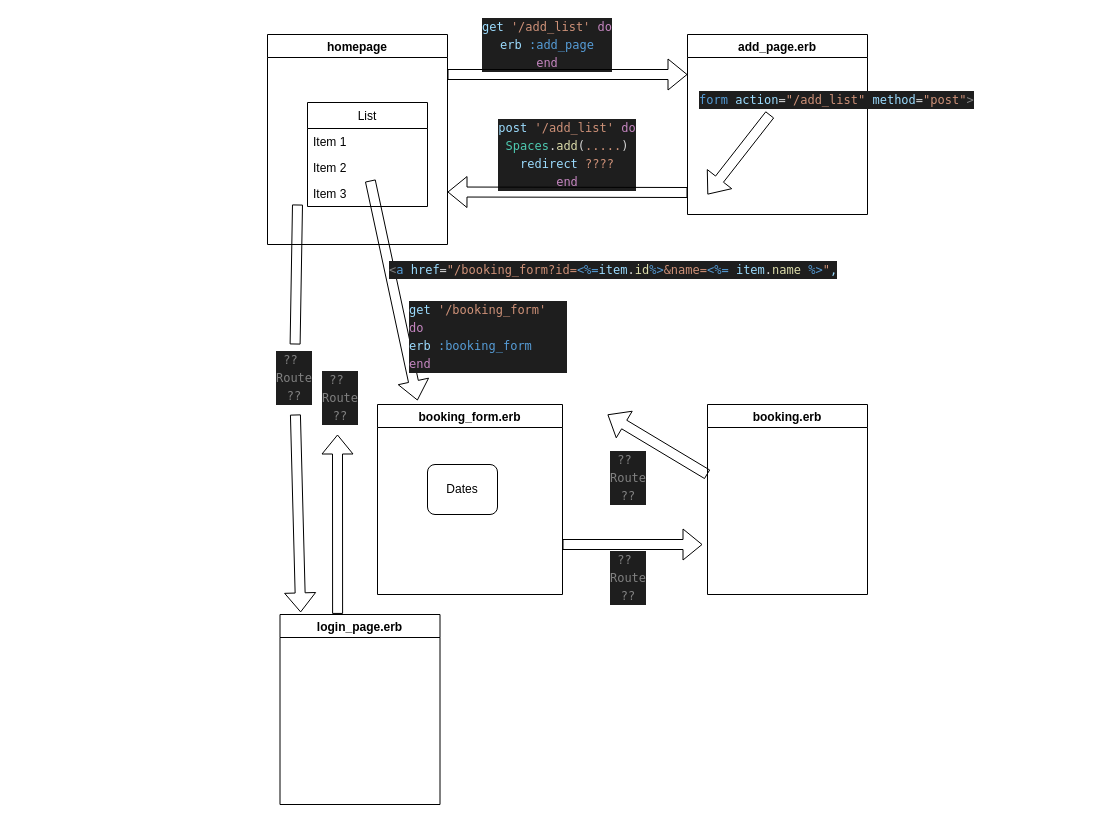
Above: lib/routes.drawio in antlerhead/Makersbnb (draw.io), before the change. Source tidied: cells renumbered, new cells numbered last; positions are measured from the earlier drawing's top-left corner, leaving out a move shared by most shapes. Both pictures are drawn from the tidied source at 100%, with x=0, y=0 at pixel (267, 34).
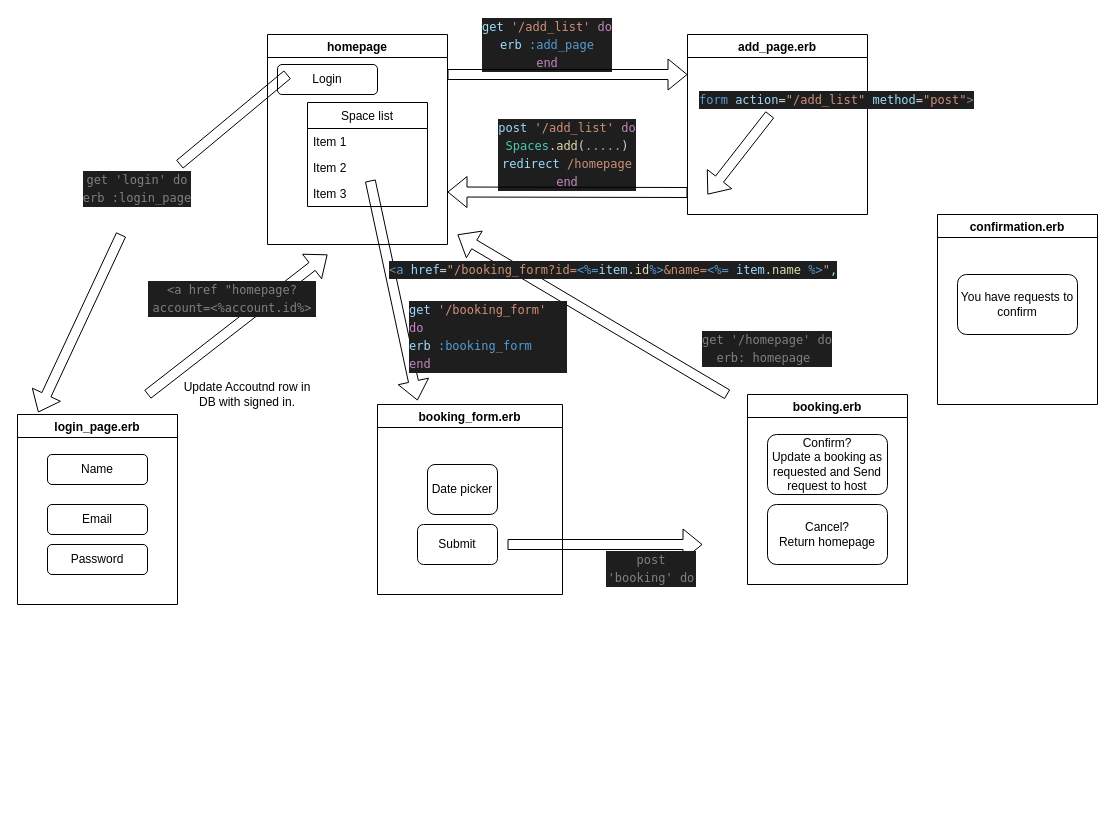
The same page after the edit.

Commit message:
Updated route drawing

The change refers to these unchanged cells:
```xml
<mxCell id="4" value="homepage" style="swimlane;" parent="1" vertex="1">
  <mxGeometry width="180" height="210" as="geometry" />
</mxCell>
<mxCell id="12" value="booking_form.erb" style="swimlane;" parent="1" vertex="1">
  <mxGeometry x="110" y="370" width="185" height="190" as="geometry" />
</mxCell>
```

Diff of the diagram source:
```diff
@@
+    <mxCell id="27" style="shape=flexArrow;endArrow=classic;html=1;" parent="1" edge="1">
+      <mxGeometry relative="1" as="geometry">
+        <mxPoint x="460" y="360" as="sourcePoint" />
+        <mxPoint x="190" y="200" as="targetPoint" />
+      </mxGeometry>
+    </mxCell>
-    <mxCell id="2" value="&lt;div style=&quot;background-color: rgb(30 , 30 , 30) ; font-family: &amp;#34;menlo&amp;#34; , &amp;#34;monaco&amp;#34; , &amp;#34;courier new&amp;#34; , monospace ; line-height: 18px&quot;&gt;&lt;div style=&quot;font-family: &amp;#34;menlo&amp;#34; , &amp;#34;monaco&amp;#34; , &amp;#34;courier new&amp;#34; , monospace ; line-height: 18px&quot;&gt;&lt;div style=&quot;color: rgb(212 , 212 , 212)&quot;&gt;  &lt;span style=&quot;color: #9cdcfe&quot;&gt;post&lt;/span&gt; &lt;span style=&quot;color: #ce9178&quot;&gt;'/add_list'&lt;/span&gt; &lt;span style=&quot;color: #c586c0&quot;&gt;do&lt;/span&gt;&lt;/div&gt;&lt;div&gt;    &lt;span style=&quot;color: rgb(78 , 201 , 176)&quot;&gt;Spaces&lt;/span&gt;&lt;font color=&quot;#d4d4d4&quot;&gt;.&lt;/font&gt;&lt;span style=&quot;color: rgb(220 , 220 , 170)&quot;&gt;add&lt;/span&gt;&lt;font color=&quot;#d4d4d4&quot;&gt;(&lt;/font&gt;&lt;font color=&quot;#ce9178&quot;&gt;.....&lt;/font&gt;&lt;font color=&quot;#d4d4d4&quot;&gt;)&lt;/font&gt;&lt;/div&gt;&lt;div style=&quot;color: rgb(212 , 212 , 212)&quot;&gt;    &lt;span style=&quot;color: #9cdcfe&quot;&gt;redirect&lt;/span&gt; &lt;span style=&quot;color: #ce9178&quot;&gt;????&lt;/span&gt;&lt;/div&gt;&lt;div style=&quot;color: rgb(212 , 212 , 212)&quot;&gt;  &lt;span style=&quot;color: #c586c0&quot;&gt;end&lt;/span&gt;&lt;/div&gt;&lt;/div&gt;&lt;/div&gt;" style="text;html=1;strokeColor=none;fillColor=none;align=center;verticalAlign=middle;whiteSpace=wrap;rounded=0;" parent="1" vertex="1">
+    <mxCell id="2" value="&lt;div style=&quot;background-color: rgb(30 , 30 , 30) ; font-family: &amp;#34;menlo&amp;#34; , &amp;#34;monaco&amp;#34; , &amp;#34;courier new&amp;#34; , monospace ; line-height: 18px&quot;&gt;&lt;div style=&quot;font-family: &amp;#34;menlo&amp;#34; , &amp;#34;monaco&amp;#34; , &amp;#34;courier new&amp;#34; , monospace ; line-height: 18px&quot;&gt;&lt;div style=&quot;color: rgb(212 , 212 , 212)&quot;&gt;  &lt;span style=&quot;color: #9cdcfe&quot;&gt;post&lt;/span&gt; &lt;span style=&quot;color: #ce9178&quot;&gt;'/add_list'&lt;/span&gt; &lt;span style=&quot;color: #c586c0&quot;&gt;do&lt;/span&gt;&lt;/div&gt;&lt;div&gt;    &lt;span style=&quot;color: rgb(78 , 201 , 176)&quot;&gt;Spaces&lt;/span&gt;&lt;font color=&quot;#d4d4d4&quot;&gt;.&lt;/font&gt;&lt;span style=&quot;color: rgb(220 , 220 , 170)&quot;&gt;add&lt;/span&gt;&lt;font color=&quot;#d4d4d4&quot;&gt;(&lt;/font&gt;&lt;font color=&quot;#ce9178&quot;&gt;.....&lt;/font&gt;&lt;font color=&quot;#d4d4d4&quot;&gt;)&lt;/font&gt;&lt;/div&gt;&lt;div&gt;&lt;span style=&quot;color: rgb(212 , 212 , 212)&quot;&gt;    &lt;span style=&quot;color: #9cdcfe&quot;&gt;redirect&lt;/span&gt;&amp;nbsp;&lt;/span&gt;&lt;font color=&quot;#ce9178&quot;&gt;/homepage&lt;/font&gt;&lt;/div&gt;&lt;div&gt;&lt;span style=&quot;color: rgb(197 , 134 , 192)&quot;&gt;end&lt;/span&gt;&lt;/div&gt;&lt;/div&gt;&lt;/div&gt;" style="text;html=1;strokeColor=none;fillColor=none;align=center;verticalAlign=middle;whiteSpace=wrap;rounded=0;" parent="1" vertex="1">
       <mxGeometry x="220" y="110" width="160" height="20" as="geometry" />
     </mxCell>
@@
-    <mxCell id="5" value="List" style="swimlane;fontStyle=0;horizontal=1;startSize=26;" parent="4" vertex="1">
+    <mxCell id="5" value="Space list" style="swimlane;fontStyle=0;horizontal=1;startSize=26;" parent="4" vertex="1">
       <mxGeometry x="40" y="68" width="120" height="104" as="geometry" />
     </mxCell>
@@
+    <mxCell id="30" value="Login" style="rounded=1;whiteSpace=wrap;html=1;" parent="4" vertex="1">
+      <mxGeometry x="10" y="30" width="100" height="30" as="geometry" />
+    </mxCell>
@@
     <mxCell id="11" value="booking.erb" style="swimlane;" parent="1" vertex="1">
-      <mxGeometry x="440" y="370" width="160" height="190" as="geometry" />
+      <mxGeometry x="480" y="360" width="160" height="190" as="geometry" />
     </mxCell>
+    <mxCell id="31" value="Confirm?&lt;br&gt;Update a booking as requested and Send request to host" style="rounded=1;whiteSpace=wrap;html=1;" parent="11" vertex="1">
+      <mxGeometry x="20" y="40" width="120" height="60" as="geometry" />
+    </mxCell>
+    <mxCell id="32" value="Cancel?&lt;br&gt;Return homepage" style="rounded=1;whiteSpace=wrap;html=1;" parent="11" vertex="1">
+      <mxGeometry x="20" y="110" width="120" height="60" as="geometry" />
+    </mxCell>
@@
-    <mxCell id="13" value="Dates" style="rounded=1;whiteSpace=wrap;html=1;" parent="12" vertex="1">
+    <mxCell id="13" value="Date picker" style="rounded=1;whiteSpace=wrap;html=1;" parent="12" vertex="1">
       <mxGeometry x="50" y="60" width="70" height="50" as="geometry" />
     </mxCell>
+    <mxCell id="33" value="Submit" style="rounded=1;whiteSpace=wrap;html=1;" parent="12" vertex="1">
+      <mxGeometry x="40" y="120" width="80" height="40" as="geometry" />
+    </mxCell>
@@
     <mxCell id="20" style="shape=flexArrow;endArrow=classic;html=1;" parent="1" edge="1">
       <mxGeometry relative="1" as="geometry">
-        <mxPoint x="295" y="510" as="sourcePoint" />
+        <mxPoint x="240" y="510" as="sourcePoint" />
         <mxPoint x="435" y="510" as="targetPoint" />
       </mxGeometry>
     </mxCell>
     <mxCell id="21" value="login_page.erb" style="swimlane;" parent="1" vertex="1">
-      <mxGeometry x="12.5" y="580" width="160" height="190" as="geometry" />
+      <mxGeometry x="-250" y="380" width="160" height="190" as="geometry" />
     </mxCell>
+    <mxCell id="34" value="Name" style="rounded=1;whiteSpace=wrap;html=1;" parent="21" vertex="1">
+      <mxGeometry x="30" y="40" width="100" height="30" as="geometry" />
+    </mxCell>
+    <mxCell id="35" value="Password" style="rounded=1;whiteSpace=wrap;html=1;" parent="21" vertex="1">
+      <mxGeometry x="30" y="130" width="100" height="30" as="geometry" />
+    </mxCell>
+    <mxCell id="36" value="Email" style="rounded=1;whiteSpace=wrap;html=1;" parent="21" vertex="1">
+      <mxGeometry x="30" y="90" width="100" height="30" as="geometry" />
+    </mxCell>
@@
-    <mxCell id="23" style="shape=flexArrow;endArrow=classic;html=1;exitX=0.36;exitY=-0.003;exitDx=0;exitDy=0;exitPerimeter=0;" parent="1" edge="1" source="21">
+    <mxCell id="23" style="shape=flexArrow;endArrow=classic;html=1;" parent="1" edge="1">
       <mxGeometry relative="1" as="geometry">
-        <mxPoint x="70" y="400" as="targetPoint" />
+        <mxPoint x="-120" y="360" as="sourcePoint" />
+        <mxPoint x="60" y="220" as="targetPoint" />
       </mxGeometry>
     </mxCell>
-    <mxCell id="24" value="&lt;div style=&quot;background-color: rgb(30 , 30 , 30) ; font-family: &amp;#34;menlo&amp;#34; , &amp;#34;monaco&amp;#34; , &amp;#34;courier new&amp;#34; , monospace ; font-weight: normal ; font-size: 12px ; line-height: 18px&quot;&gt;&lt;div&gt;&lt;font color=&quot;#808080&quot;&gt;??&amp;nbsp;&lt;/font&gt;&lt;/div&gt;&lt;div&gt;&lt;font color=&quot;#808080&quot;&gt;Route&lt;/font&gt;&lt;/div&gt;&lt;div&gt;&lt;font color=&quot;#808080&quot;&gt;??&lt;/font&gt;&lt;/div&gt;&lt;/div&gt;" style="text;whiteSpace=wrap;html=1;align=center;" parent="1" vertex="1">
-      <mxGeometry x="50" y="330" width="46" height="70" as="geometry" />
+    <mxCell id="24" value="&lt;div style=&quot;background-color: rgb(30 , 30 , 30) ; font-family: &amp;#34;menlo&amp;#34; , &amp;#34;monaco&amp;#34; , &amp;#34;courier new&amp;#34; , monospace ; font-weight: normal ; font-size: 12px ; line-height: 18px&quot;&gt;&lt;div&gt;&lt;font color=&quot;#808080&quot;&gt;&amp;lt;a href &quot;homepage?account=&amp;lt;%account.id%&amp;gt;&lt;/font&gt;&lt;/div&gt;&lt;/div&gt;" style="text;whiteSpace=wrap;html=1;align=center;" parent="1" vertex="1">
+      <mxGeometry x="-120" y="240" width="170" height="70" as="geometry" />
     </mxCell>
-    <mxCell id="25" value="&lt;div style=&quot;background-color: rgb(30 , 30 , 30) ; font-family: &amp;#34;menlo&amp;#34; , &amp;#34;monaco&amp;#34; , &amp;#34;courier new&amp;#34; , monospace ; font-weight: normal ; font-size: 12px ; line-height: 18px&quot;&gt;&lt;div&gt;&lt;font color=&quot;#808080&quot;&gt;??&amp;nbsp;&lt;/font&gt;&lt;/div&gt;&lt;div&gt;&lt;font color=&quot;#808080&quot;&gt;Route&lt;/font&gt;&lt;/div&gt;&lt;div&gt;&lt;font color=&quot;#808080&quot;&gt;??&lt;/font&gt;&lt;/div&gt;&lt;/div&gt;" style="text;whiteSpace=wrap;html=1;align=center;" parent="1" vertex="1">
-      <mxGeometry x="4" y="310" width="46" height="70" as="geometry" />
+    <mxCell id="25" value="&lt;div style=&quot;background-color: rgb(30 , 30 , 30) ; font-family: &amp;#34;menlo&amp;#34; , &amp;#34;monaco&amp;#34; , &amp;#34;courier new&amp;#34; , monospace ; font-weight: normal ; font-size: 12px ; line-height: 18px&quot;&gt;&lt;div&gt;&lt;font color=&quot;#808080&quot;&gt;get 'login' do&lt;/font&gt;&lt;/div&gt;&lt;div&gt;&lt;font color=&quot;#808080&quot;&gt;erb :login_page&lt;/font&gt;&lt;/div&gt;&lt;/div&gt;" style="text;whiteSpace=wrap;html=1;align=center;" parent="1" vertex="1">
+      <mxGeometry x="-190" y="130" width="120" height="70" as="geometry" />
     </mxCell>
     <mxCell id="26" style="shape=flexArrow;endArrow=none;html=1;" parent="1" edge="1" target="25">
       <mxGeometry relative="1" as="geometry">
-        <mxPoint x="30" y="170" as="sourcePoint" />
+        <mxPoint x="20" y="40" as="sourcePoint" />
       </mxGeometry>
     </mxCell>
-    <mxCell id="27" style="shape=flexArrow;endArrow=classic;html=1;" parent="1" edge="1">
-      <mxGeometry relative="1" as="geometry">
-        <mxPoint x="440" y="440" as="sourcePoint" />
-        <mxPoint x="340" y="380" as="targetPoint" />
-      </mxGeometry>
-    </mxCell>
-    <mxCell id="28" value="&lt;div style=&quot;background-color: rgb(30 , 30 , 30) ; font-family: &amp;#34;menlo&amp;#34; , &amp;#34;monaco&amp;#34; , &amp;#34;courier new&amp;#34; , monospace ; font-weight: normal ; font-size: 12px ; line-height: 18px&quot;&gt;&lt;div&gt;&lt;font color=&quot;#808080&quot;&gt;??&amp;nbsp;&lt;/font&gt;&lt;/div&gt;&lt;div&gt;&lt;font color=&quot;#808080&quot;&gt;Route&lt;/font&gt;&lt;/div&gt;&lt;div&gt;&lt;font color=&quot;#808080&quot;&gt;??&lt;/font&gt;&lt;/div&gt;&lt;/div&gt;" style="text;whiteSpace=wrap;html=1;align=center;" parent="1" vertex="1">
-      <mxGeometry x="338" y="510" width="46" height="70" as="geometry" />
+    <mxCell id="28" value="&lt;div style=&quot;background-color: rgb(30 , 30 , 30) ; font-family: &amp;#34;menlo&amp;#34; , &amp;#34;monaco&amp;#34; , &amp;#34;courier new&amp;#34; , monospace ; font-weight: normal ; font-size: 12px ; line-height: 18px&quot;&gt;&lt;div&gt;&lt;font color=&quot;#808080&quot;&gt;post 'booking' do&lt;/font&gt;&lt;/div&gt;&lt;/div&gt;" style="text;whiteSpace=wrap;html=1;align=center;" parent="1" vertex="1">
+      <mxGeometry x="338" y="510" width="92" height="70" as="geometry" />
     </mxCell>
-    <mxCell id="29" value="&lt;div style=&quot;background-color: rgb(30 , 30 , 30) ; font-family: &amp;#34;menlo&amp;#34; , &amp;#34;monaco&amp;#34; , &amp;#34;courier new&amp;#34; , monospace ; font-weight: normal ; font-size: 12px ; line-height: 18px&quot;&gt;&lt;div&gt;&lt;font color=&quot;#808080&quot;&gt;??&amp;nbsp;&lt;/font&gt;&lt;/div&gt;&lt;div&gt;&lt;font color=&quot;#808080&quot;&gt;Route&lt;/font&gt;&lt;/div&gt;&lt;div&gt;&lt;font color=&quot;#808080&quot;&gt;??&lt;/font&gt;&lt;/div&gt;&lt;/div&gt;" style="text;whiteSpace=wrap;html=1;align=center;" parent="1" vertex="1">
-      <mxGeometry x="338" y="410" width="46" height="70" as="geometry" />
+    <mxCell id="29" value="&lt;div style=&quot;background-color: rgb(30 , 30 , 30) ; font-family: &amp;#34;menlo&amp;#34; , &amp;#34;monaco&amp;#34; , &amp;#34;courier new&amp;#34; , monospace ; font-weight: normal ; font-size: 12px ; line-height: 18px&quot;&gt;&lt;div&gt;&lt;font color=&quot;#808080&quot;&gt;get '/homepage' do&lt;/font&gt;&lt;/div&gt;&lt;div&gt;&lt;font color=&quot;#808080&quot;&gt;erb: homepage&amp;nbsp;&lt;/font&gt;&lt;/div&gt;&lt;/div&gt;" style="text;whiteSpace=wrap;html=1;align=center;" parent="1" vertex="1">
+      <mxGeometry x="420" y="290" width="160" height="40" as="geometry" />
     </mxCell>
+    <mxCell id="37" value="confirmation.erb" style="swimlane;" parent="1" vertex="1">
+      <mxGeometry x="670" y="180" width="160" height="190" as="geometry" />
+    </mxCell>
+    <mxCell id="38" value="You have requests to confirm" style="rounded=1;whiteSpace=wrap;html=1;" parent="37" vertex="1">
+      <mxGeometry x="20" y="60" width="120" height="60" as="geometry" />
+    </mxCell>
+    <mxCell id="39" value="Update Accoutnd row in DB with signed in." style="text;html=1;strokeColor=none;fillColor=none;align=center;verticalAlign=middle;whiteSpace=wrap;rounded=0;" parent="1" vertex="1">
+      <mxGeometry x="-90" y="350" width="140" height="20" as="geometry" />
+    </mxCell>
```
